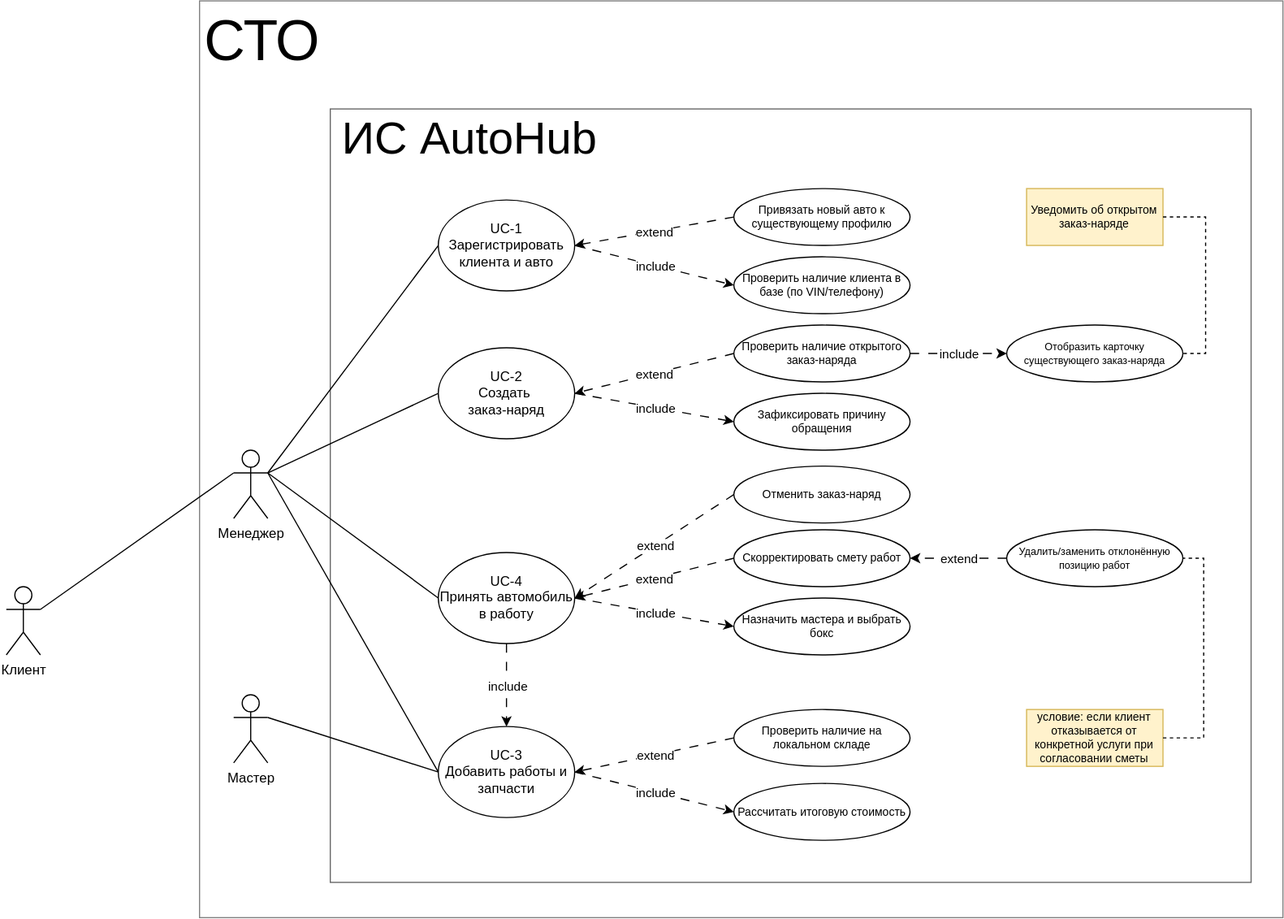
Earlier version of the draw.io export docs/assets/images/usecase-diagram.svg (IggyKuz/AutoHub-Docs). Source tidied: cells renumbered, new cells last; positions are measured from the earlier drawing's top-left corner, leaving out a move shared by most shapes.
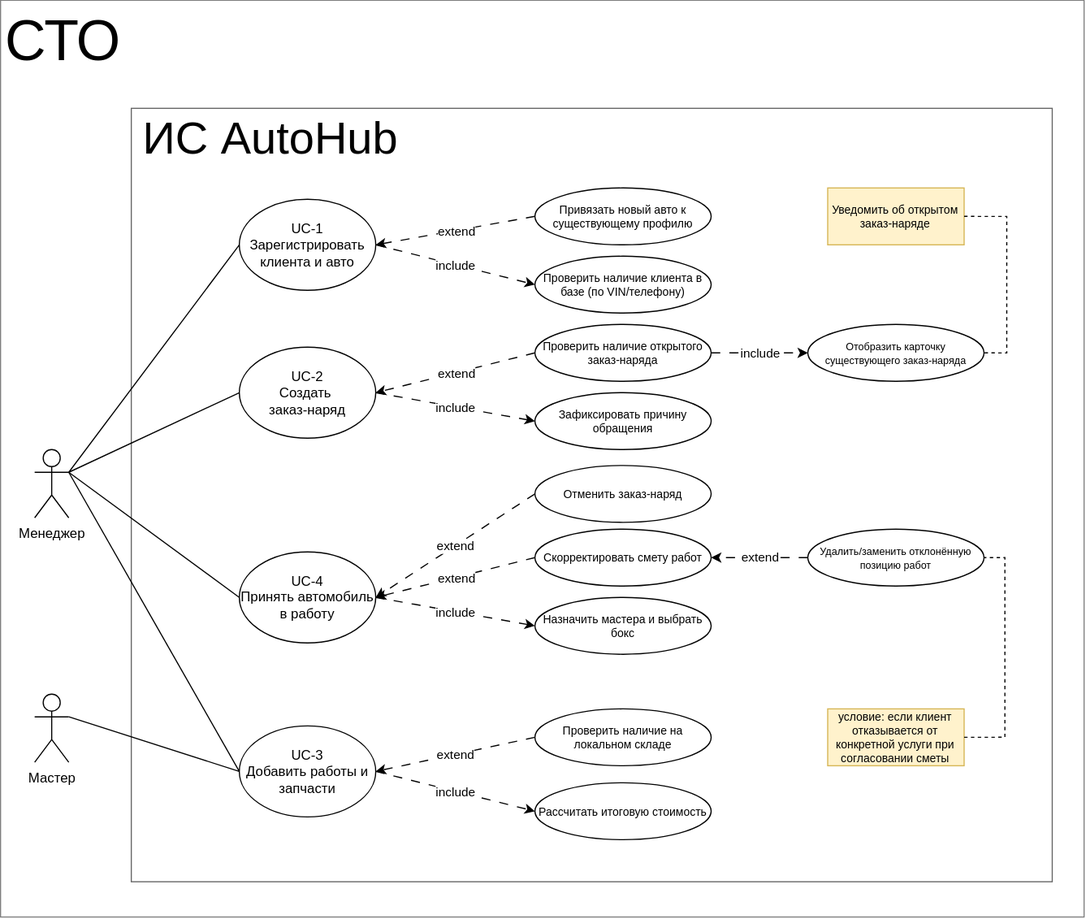
Above is the later version.

Commit message:
фикс ЮзКейс

The edit, as a diff of the source:
```diff
@@ -1,4 +1,4 @@
-<mxGraphModel background="light-dark(#FFFFFF66,#12121266)">
+<mxGraphModel>
   <root>
     <mxCell id="0" />
     <mxCell id="1" parent="0" />
@@ -29,18 +29,12 @@
     <mxCell id="10" value="&lt;font style=&quot;font-size: 50px;&quot;&gt;СТО&lt;/font&gt;" style="text;html=1;whiteSpace=wrap;strokeColor=none;fillColor=none;align=center;verticalAlign=middle;rounded=0;" parent="1" vertex="1">
       <mxGeometry x="180" y="5" width="90" height="60" as="geometry" />
     </mxCell>
-    <mxCell id="11" value="Клиент" style="shape=umlActor;verticalLabelPosition=bottom;verticalAlign=top;html=1;outlineConnect=0;" parent="1" vertex="1">
-      <mxGeometry y="515" width="30" height="60" as="geometry" />
-    </mxCell>
-    <mxCell id="12" style="endArrow=none;html=1;rounded=0;entryX=0;entryY=0.3333333333333333;entryDx=0;entryDy=0;entryPerimeter=0;exitX=1;exitY=0.3333333333333333;exitDx=0;exitDy=0;exitPerimeter=0;" parent="1" edge="1" source="11" target="5">
-      <mxGeometry relative="1" as="geometry" />
-    </mxCell>
     <mxCell id="13" style="endArrow=classic;html=1;rounded=0;entryX=0;entryY=0.5;entryDx=0;entryDy=0;dashed=1;dashPattern=8 8;exitX=1;exitY=0.5;exitDx=0;exitDy=0;" parent="1" edge="1" source="20" target="9">
       <mxGeometry relative="1" as="geometry" />
     </mxCell>
-    <mxCell id="14" value="include" style="edgeLabel;html=1;align=center;verticalAlign=middle;" parent="13" vertex="1">
-      <mxGeometry relative="1" as="geometry" />
-    </mxCell>
+    <mxCell id="58" value="include" style="edgeLabel;html=1;align=center;verticalAlign=middle;" parent="13" vertex="1">
+      <mxGeometry relative="1" as="geometry" />
+    </mxCell>
     <mxCell id="15" value="&lt;div&gt;UC-1&lt;/div&gt;Зарегистрировать&lt;div&gt;клиента и авто&lt;/div&gt;" style="ellipse;whiteSpace=wrap;html=1;" parent="1" vertex="1">
       <mxGeometry x="380" y="175" width="120" height="80" as="geometry" />
     </mxCell>
@@ -86,63 +80,63 @@
     <mxCell id="29" style="endArrow=classic;html=1;rounded=0;entryX=0;entryY=0.5;entryDx=0;entryDy=0;dashed=1;dashPattern=8 8;exitX=1;exitY=0.5;exitDx=0;exitDy=0;" parent="1" edge="1" source="7" target="27">
       <mxGeometry relative="1" as="geometry" />
     </mxCell>
-    <mxCell id="30" value="include" style="edgeLabel;html=1;align=center;verticalAlign=middle;" parent="29" vertex="1">
-      <mxGeometry relative="1" as="geometry" />
-    </mxCell>
+    <mxCell id="59" value="include" style="edgeLabel;html=1;align=center;verticalAlign=middle;" parent="29" vertex="1">
+      <mxGeometry relative="1" as="geometry" />
+    </mxCell>
     <mxCell id="31" style="endArrow=classic;html=1;rounded=0;entryX=0;entryY=0.5;entryDx=0;entryDy=0;dashed=1;dashPattern=8 8;exitX=1;exitY=0.5;exitDx=0;exitDy=0;" parent="1" edge="1" source="15" target="23">
       <mxGeometry relative="1" as="geometry" />
     </mxCell>
-    <mxCell id="32" value="include" style="edgeLabel;html=1;align=center;verticalAlign=middle;" parent="31" vertex="1">
-      <mxGeometry relative="1" as="geometry" />
-    </mxCell>
+    <mxCell id="60" value="include" style="edgeLabel;html=1;align=center;verticalAlign=middle;" parent="31" vertex="1">
+      <mxGeometry relative="1" as="geometry" />
+    </mxCell>
     <mxCell id="33" style="endArrow=classic;html=1;rounded=0;entryX=0;entryY=0.5;entryDx=0;entryDy=0;dashed=1;dashPattern=8 8;exitX=1;exitY=0.5;exitDx=0;exitDy=0;" parent="1" edge="1" source="16" target="22">
       <mxGeometry relative="1" as="geometry" />
     </mxCell>
-    <mxCell id="34" value="include" style="edgeLabel;html=1;align=center;verticalAlign=middle;" parent="33" vertex="1">
-      <mxGeometry relative="1" as="geometry" />
-    </mxCell>
+    <mxCell id="61" value="include" style="edgeLabel;html=1;align=center;verticalAlign=middle;" parent="33" vertex="1">
+      <mxGeometry relative="1" as="geometry" />
+    </mxCell>
     <mxCell id="35" style="endArrow=classic;html=1;rounded=0;entryX=1;entryY=0.5;entryDx=0;entryDy=0;dashed=1;dashPattern=8 8;exitX=0;exitY=0.5;exitDx=0;exitDy=0;" parent="1" edge="1" source="25" target="15">
       <mxGeometry relative="1" as="geometry" />
     </mxCell>
-    <mxCell id="36" value="extend" style="edgeLabel;html=1;align=center;verticalAlign=middle;" parent="35" vertex="1">
-      <mxGeometry relative="1" as="geometry" />
-    </mxCell>
+    <mxCell id="62" value="extend" style="edgeLabel;html=1;align=center;verticalAlign=middle;" parent="35" vertex="1">
+      <mxGeometry relative="1" as="geometry" />
+    </mxCell>
     <mxCell id="37" style="endArrow=classic;html=1;rounded=0;entryX=1;entryY=0.5;entryDx=0;entryDy=0;dashed=1;dashPattern=8 8;exitX=0;exitY=0.5;exitDx=0;exitDy=0;" parent="1" edge="1" source="24" target="16">
       <mxGeometry relative="1" as="geometry" />
     </mxCell>
-    <mxCell id="38" value="extend" style="edgeLabel;html=1;align=center;verticalAlign=middle;" parent="37" vertex="1">
-      <mxGeometry relative="1" as="geometry" />
-    </mxCell>
+    <mxCell id="63" value="extend" style="edgeLabel;html=1;align=center;verticalAlign=middle;" parent="37" vertex="1">
+      <mxGeometry relative="1" as="geometry" />
+    </mxCell>
     <mxCell id="39" style="endArrow=classic;html=1;rounded=0;entryX=1;entryY=0.5;entryDx=0;entryDy=0;dashed=1;dashPattern=8 8;exitX=0;exitY=0.5;exitDx=0;exitDy=0;" parent="1" edge="1" source="28" target="7">
       <mxGeometry relative="1" as="geometry" />
     </mxCell>
-    <mxCell id="40" value="extend" style="edgeLabel;html=1;align=center;verticalAlign=middle;" parent="39" vertex="1">
-      <mxGeometry relative="1" as="geometry" />
-    </mxCell>
+    <mxCell id="64" value="extend" style="edgeLabel;html=1;align=center;verticalAlign=middle;" parent="39" vertex="1">
+      <mxGeometry relative="1" as="geometry" />
+    </mxCell>
     <mxCell id="41" style="endArrow=classic;html=1;rounded=0;entryX=1;entryY=0.5;entryDx=0;entryDy=0;dashed=1;dashPattern=8 8;exitX=0;exitY=0.5;exitDx=0;exitDy=0;" parent="1" edge="1" source="26" target="20">
       <mxGeometry relative="1" as="geometry" />
     </mxCell>
-    <mxCell id="42" value="extend" style="edgeLabel;html=1;align=center;verticalAlign=middle;" parent="41" vertex="1">
-      <mxGeometry relative="1" as="geometry" />
-    </mxCell>
+    <mxCell id="65" value="extend" style="edgeLabel;html=1;align=center;verticalAlign=middle;" parent="41" vertex="1">
+      <mxGeometry relative="1" as="geometry" />
+    </mxCell>
     <mxCell id="43" value="&lt;font style=&quot;font-size: 9px;&quot;&gt;Отобразить карточку существующего заказ-наряда&lt;/font&gt;" style="ellipse;whiteSpace=wrap;html=1;fontSize=10;" parent="1" vertex="1">
       <mxGeometry x="880" y="285" width="155" height="50" as="geometry" />
     </mxCell>
     <mxCell id="44" style="endArrow=classic;html=1;rounded=0;entryX=0;entryY=0.5;entryDx=0;entryDy=0;dashed=1;dashPattern=8 8;exitX=1;exitY=0.5;exitDx=0;exitDy=0;" parent="1" edge="1" source="24" target="43">
       <mxGeometry relative="1" as="geometry" />
     </mxCell>
-    <mxCell id="45" value="include" style="edgeLabel;html=1;align=center;verticalAlign=middle;" parent="44" vertex="1">
-      <mxGeometry relative="1" as="geometry" />
-    </mxCell>
+    <mxCell id="66" value="include" style="edgeLabel;html=1;align=center;verticalAlign=middle;" parent="44" vertex="1">
+      <mxGeometry relative="1" as="geometry" />
+    </mxCell>
     <mxCell id="46" value="&lt;font style=&quot;font-size: 9px;&quot;&gt;Удалить/заменить отклонённую позицию работ&lt;/font&gt;" style="ellipse;whiteSpace=wrap;html=1;fontSize=10;" parent="1" vertex="1">
       <mxGeometry x="880" y="465" width="155" height="50" as="geometry" />
     </mxCell>
     <mxCell id="47" style="endArrow=classic;html=1;rounded=0;entryX=1;entryY=0.5;entryDx=0;entryDy=0;dashed=1;dashPattern=8 8;exitX=0;exitY=0.5;exitDx=0;exitDy=0;" parent="1" edge="1" source="46" target="26">
       <mxGeometry relative="1" as="geometry" />
     </mxCell>
-    <mxCell id="48" value="extend" style="edgeLabel;html=1;align=center;verticalAlign=middle;" parent="47" vertex="1">
-      <mxGeometry relative="1" as="geometry" />
-    </mxCell>
+    <mxCell id="67" value="extend" style="edgeLabel;html=1;align=center;verticalAlign=middle;" parent="47" vertex="1">
+      <mxGeometry relative="1" as="geometry" />
+    </mxCell>
     <mxCell id="49" value="Уведомить об открытом заказ-наряде" style="rounded=0;whiteSpace=wrap;html=1;fillColor=#fff2cc;strokeColor=#d6b656;fontSize=10;" parent="1" vertex="1">
       <mxGeometry x="897.5" y="165" width="120" height="50" as="geometry" />
     </mxCell>
@@ -166,14 +160,8 @@
     <mxCell id="54" style="endArrow=classic;html=1;rounded=0;entryX=1;entryY=0.5;entryDx=0;entryDy=0;dashed=1;dashPattern=8 8;exitX=0;exitY=0.5;exitDx=0;exitDy=0;" parent="1" edge="1" source="53" target="20">
       <mxGeometry relative="1" as="geometry" />
     </mxCell>
-    <mxCell id="55" value="extend" style="edgeLabel;html=1;align=center;verticalAlign=middle;" parent="54" vertex="1">
-      <mxGeometry relative="1" as="geometry" />
-    </mxCell>
-    <mxCell id="56" style="endArrow=classic;html=1;rounded=0;entryX=0.5;entryY=0;entryDx=0;entryDy=0;dashed=1;dashPattern=8 8;exitX=0.5;exitY=1;exitDx=0;exitDy=0;" parent="1" edge="1" source="20" target="7">
-      <mxGeometry relative="1" as="geometry" />
-    </mxCell>
-    <mxCell id="57" value="include" style="edgeLabel;html=1;align=center;verticalAlign=middle;" parent="56" vertex="1">
-      <mxGeometry relative="1" as="geometry" />
-    </mxCell>
+    <mxCell id="68" value="extend" style="edgeLabel;html=1;align=center;verticalAlign=middle;" parent="54" vertex="1">
+      <mxGeometry relative="1" as="geometry" />
+    </mxCell>
   </root>
 </mxGraphModel>
```
